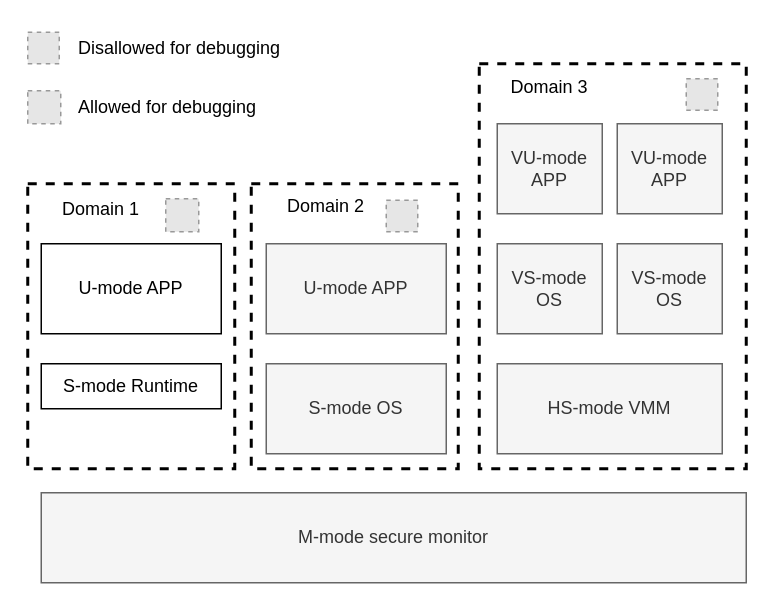
Earlier version of the draw.io diagram images/riscv_privilege_modes.drawio (riscv-non-isa/riscv-external-debug-security). Source tidied: cells renumbered, new cells numbered last; positions are measured from the earlier drawing's top-left corner, leaving out a move shared by most shapes. Both pictures are drawn from the tidied source at 150%, with x=0, y=0 at pixel (27, 24). Pictures stored in the file or linked from it are replaced by grey dashed boxes.
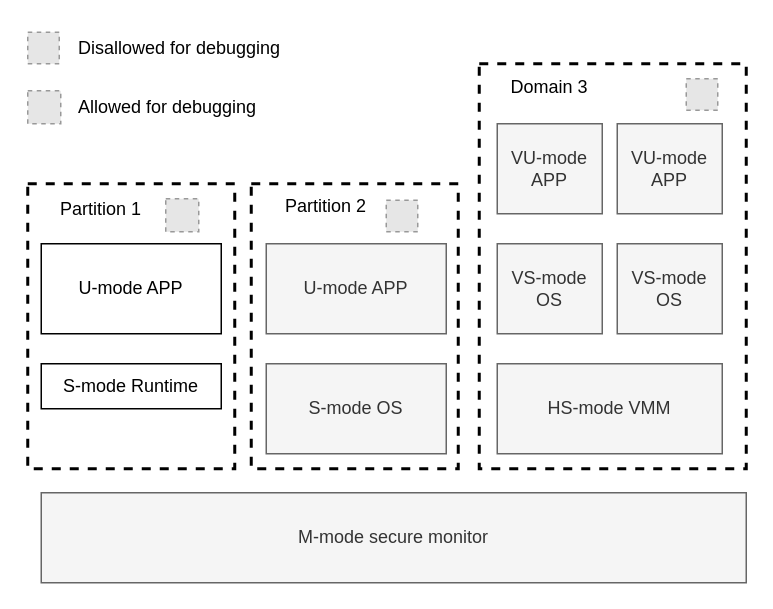
The same diagram, later.

Commit message (it also covers changes not shown here):
- Fix typo in diagram - Rephrase the description of aamvritual field

Change to the diagram source:
```diff
@@
-    <mxCell id="17" value="Domain 1" style="text;html=1;strokeColor=none;fillColor=none;align=center;verticalAlign=middle;whiteSpace=wrap;rounded=0;" parent="1" vertex="1">
+    <mxCell id="17" value="Partition 1" style="text;html=1;strokeColor=none;fillColor=none;align=center;verticalAlign=middle;whiteSpace=wrap;rounded=0;" parent="1" vertex="1">
       <mxGeometry x="19" y="108" width="60" height="30" as="geometry" />
     </mxCell>
-    <mxCell id="18" value="Domain 2" style="text;html=1;strokeColor=none;fillColor=none;align=center;verticalAlign=middle;whiteSpace=wrap;rounded=0;" parent="1" vertex="1">
+    <mxCell id="18" value="Partition&amp;nbsp;2" style="text;html=1;strokeColor=none;fillColor=none;align=center;verticalAlign=middle;whiteSpace=wrap;rounded=0;" parent="1" vertex="1">
       <mxGeometry x="169" y="106" width="60" height="30" as="geometry" />
     </mxCell>
```
